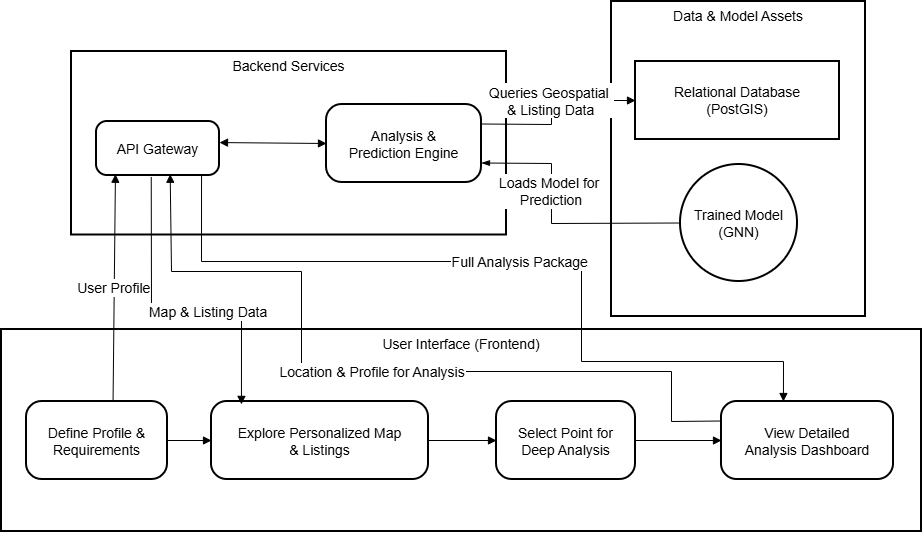
Sujalcha7/SiteX_Doc keeps this draw.io diagram as img/BlockDiagram.png. Above is the earlier version. Source tidied: cells renumbered, new cells last; positions are measured from the earlier drawing's top-left corner, leaving out a move shared by most shapes.
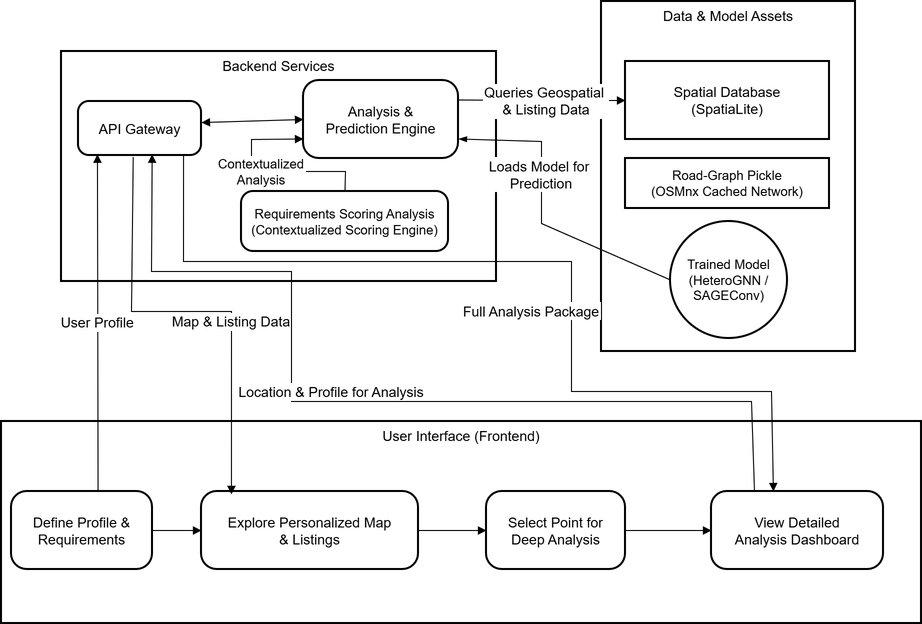
After the commit.

Change to the diagram source:
```diff
@@ -3,35 +3,41 @@
     <mxCell id="0" />
     <mxCell id="1" parent="0" />
     <mxCell id="2" value="Data &amp; Model Assets" style="whiteSpace=wrap;strokeWidth=2;verticalAlign=top;fontSize=14;" parent="1" vertex="1">
-      <mxGeometry x="610" width="254" height="315" as="geometry" />
+      <mxGeometry x="610" width="254" height="350" as="geometry" />
     </mxCell>
     <mxCell id="3" value="Backend Services" style="whiteSpace=wrap;strokeWidth=2;verticalAlign=top;fontSize=14;" parent="1" vertex="1">
-      <mxGeometry x="70" y="50" width="435" height="183.5" as="geometry" />
+      <mxGeometry x="70" y="50" width="435" height="230" as="geometry" />
     </mxCell>
     <mxCell id="4" value="User Interface (Frontend)" style="whiteSpace=wrap;strokeWidth=2;verticalAlign=top;fontSize=14;" parent="1" vertex="1">
-      <mxGeometry y="328" width="920" height="202" as="geometry" />
+      <mxGeometry x="10" y="420" width="920" height="202" as="geometry" />
     </mxCell>
     <mxCell id="5" value="Explore Personalized Map&#10;&amp; Listings" style="rounded=1;arcSize=20;strokeWidth=2;fontSize=14;" parent="1" vertex="1">
-      <mxGeometry x="210" y="400" width="217" height="78" as="geometry" />
+      <mxGeometry x="210" y="490" width="217" height="78" as="geometry" />
     </mxCell>
     <mxCell id="6" value="Define Profile &amp;&#10;Requirements" style="rounded=1;arcSize=20;strokeWidth=2;fontSize=14;" parent="1" vertex="1">
-      <mxGeometry x="25" y="400" width="141" height="78" as="geometry" />
+      <mxGeometry x="20" y="490" width="141" height="78" as="geometry" />
     </mxCell>
     <mxCell id="7" value="Select Point for&#10;Deep Analysis" style="rounded=1;arcSize=20;strokeWidth=2;fontSize=14;" parent="1" vertex="1">
-      <mxGeometry x="495" y="400" width="139" height="78" as="geometry" />
+      <mxGeometry x="495" y="490" width="139" height="78" as="geometry" />
     </mxCell>
     <mxCell id="8" value="Analysis &amp;&#10;Prediction Engine" style="rounded=1;arcSize=20;strokeWidth=2;fontSize=14;" parent="1" vertex="1">
-      <mxGeometry x="325" y="103" width="155" height="78" as="geometry" />
+      <mxGeometry x="312" y="79" width="155" height="78" as="geometry" />
     </mxCell>
     <mxCell id="9" value="API Gateway" style="rounded=1;arcSize=20;strokeWidth=2;fontSize=14;" parent="1" vertex="1">
-      <mxGeometry x="95" y="120" width="123" height="54" as="geometry" />
+      <mxGeometry x="87" y="100" width="123" height="54" as="geometry" />
     </mxCell>
-    <mxCell id="10" value="Relational Database&#10;(PostGIS)" style="whiteSpace=wrap;strokeWidth=2;fontSize=14;" parent="1" vertex="1">
+    <mxCell id="10" value="Spatial Database&#10;(SpatiaLite)" style="whiteSpace=wrap;strokeWidth=2;fontSize=14;" parent="1" vertex="1">
       <mxGeometry x="634" y="60" width="204" height="78" as="geometry" />
     </mxCell>
+    <mxCell id="23" value="Road-Graph Pickle&#10;(OSMnx Cached Network)" style="whiteSpace=wrap;strokeWidth=2;fontSize=13;" parent="1" vertex="1">
+      <mxGeometry x="634" y="157" width="204" height="50" as="geometry" />
+    </mxCell>
-    <mxCell id="11" value="Trained Model&#10;(GNN)" style="ellipse;strokeWidth=2;whiteSpace=wrap;fontSize=14;" parent="1" vertex="1">
-      <mxGeometry x="679" y="163" width="117" height="117" as="geometry" />
+    <mxCell id="11" value="Trained Model&#10;(HeteroGNN / SAGEConv)" style="ellipse;strokeWidth=2;whiteSpace=wrap;fontSize=13;" parent="1" vertex="1">
+      <mxGeometry x="679" y="220" width="117" height="117" as="geometry" />
     </mxCell>
+    <mxCell id="24" value="Requirements Scoring Analysis&#10;(Contextualized Scoring Engine)" style="rounded=1;arcSize=20;strokeWidth=2;fontSize=13;" parent="1" vertex="1">
+      <mxGeometry x="250" y="190" width="207" height="60" as="geometry" />
+    </mxCell>
     <mxCell id="12" style="curved=0;startArrow=none;endArrow=block;exitX=1;exitY=0.5;entryX=0;entryY=0.5;rounded=0;exitDx=0;exitDy=0;fontSize=14;" parent="1" edge="1" source="6" target="5">
       <mxGeometry relative="1" as="geometry" />
     </mxCell>
@@ -47,36 +53,24 @@
     <mxCell id="16" value="Map &amp; Listing Data" style="curved=0;startArrow=none;endArrow=block;entryX=0.138;entryY=0.037;rounded=0;entryDx=0;entryDy=0;entryPerimeter=0;exitX=0.445;exitY=1.028;exitDx=0;exitDy=0;exitPerimeter=0;fontSize=14;" parent="1" edge="1" source="9" target="5">
       <mxGeometry x="0.21" relative="1" as="geometry">
         <Array as="points">
-          <mxPoint x="150" y="310" />
+          <mxPoint x="140" y="310" />
           <mxPoint x="240" y="310" />
         </Array>
       </mxGeometry>
     </mxCell>
-    <mxCell id="17" value="Location &amp; Profile for Analysis" style="curved=0;startArrow=none;endArrow=block;exitX=0;exitY=0.25;entryX=0.599;entryY=0.977;rounded=0;exitDx=0;exitDy=0;entryDx=0;entryDy=0;entryPerimeter=0;fontSize=14;" parent="1" edge="1" source="22" target="9">
-      <mxGeometry relative="1" as="geometry">
-        <Array as="points">
-          <mxPoint x="670" y="420" />
-          <mxPoint x="670" y="370" />
-          <mxPoint x="300" y="370" />
-          <mxPoint x="300" y="270" />
-          <mxPoint x="170" y="270" />
-        </Array>
-      </mxGeometry>
-    </mxCell>
     <mxCell id="18" value="Full Analysis Package" style="curved=0;startArrow=none;endArrow=block;exitX=0.854;exitY=1.009;entryX=0.36;entryY=0;rounded=0;exitDx=0;exitDy=0;exitPerimeter=0;fontSize=14;" parent="1" edge="1" source="9" target="22">
-      <mxGeometry relative="1" as="geometry">
+      <mxGeometry x="0.18" y="-40" relative="1" as="geometry">
         <Array as="points">
-          <mxPoint x="200" y="260" />
+          <mxPoint x="192" y="260" />
           <mxPoint x="580" y="260" />
-          <mxPoint x="580" y="360" />
-          <mxPoint x="782" y="360" />
+          <mxPoint x="580" y="390" />
+          <mxPoint x="780" y="390" />
         </Array>
       </mxGeometry>
     </mxCell>
     <mxCell id="19" value="Queries Geospatial &#10;&amp; Listing Data" style="curved=0;startArrow=none;endArrow=block;exitX=1;exitY=0.25;entryX=0;entryY=0.5;rounded=0;exitDx=0;exitDy=0;fontSize=14;" parent="1" edge="1" source="8" target="10">
       <mxGeometry x="0.06" relative="1" as="geometry">
         <Array as="points">
-          <mxPoint x="550" y="123" />
           <mxPoint x="550" y="99" />
         </Array>
       </mxGeometry>
@@ -84,7 +78,7 @@
     <mxCell id="20" value="Loads Model for &#10;Prediction" style="curved=0;startArrow=blockThin;endArrow=none;exitX=1;exitY=0.75;entryX=0;entryY=0.5;rounded=0;exitDx=0;exitDy=0;fontSize=14;startFill=1;endFill=0;" parent="1" edge="1" source="8" target="11">
       <mxGeometry x="-0.24" relative="1" as="geometry">
         <Array as="points">
-          <mxPoint x="550" y="162" />
+          <mxPoint x="550" y="140" />
           <mxPoint x="550" y="222" />
         </Array>
       </mxGeometry>
@@ -93,7 +87,26 @@
       <mxGeometry relative="1" as="geometry" />
     </mxCell>
     <mxCell id="22" value="View Detailed&#10;Analysis Dashboard" style="rounded=1;arcSize=20;strokeWidth=2;fontSize=14;" parent="1" vertex="1">
-      <mxGeometry x="720" y="400" width="172" height="78" as="geometry" />
+      <mxGeometry x="720" y="490" width="172" height="78" as="geometry" />
     </mxCell>
+    <mxCell id="25" value="Contextualized&#10;Analysis" style="curved=0;startArrow=none;endArrow=block;exitX=0.5;exitY=0;entryX=0;entryY=0.75;rounded=0;exitDx=0;exitDy=0;fontSize=13;" parent="1" edge="1" source="24" target="8">
+      <mxGeometry x="0.05" relative="1" as="geometry">
+        <Array as="points">
+          <mxPoint x="354" y="170" />
+          <mxPoint x="260" y="170" />
+          <mxPoint x="260" y="138" />
+        </Array>
+      </mxGeometry>
+    </mxCell>
+    <mxCell id="17" value="Location &amp; Profile for Analysis" style="curved=0;startArrow=none;endArrow=block;exitX=0.25;exitY=0;entryX=0.599;entryY=0.977;rounded=0;exitDx=0;exitDy=0;entryDx=0;entryDy=0;entryPerimeter=0;fontSize=14;" parent="1" edge="1" source="22" target="9">
+      <mxGeometry x="0.09" y="-10" relative="1" as="geometry">
+        <Array as="points">
+          <mxPoint x="760" y="400" />
+          <mxPoint x="300" y="400" />
+          <mxPoint x="300" y="270" />
+          <mxPoint x="160" y="270" />
+        </Array>
+      </mxGeometry>
+    </mxCell>
   </root>
 </mxGraphModel>
```
